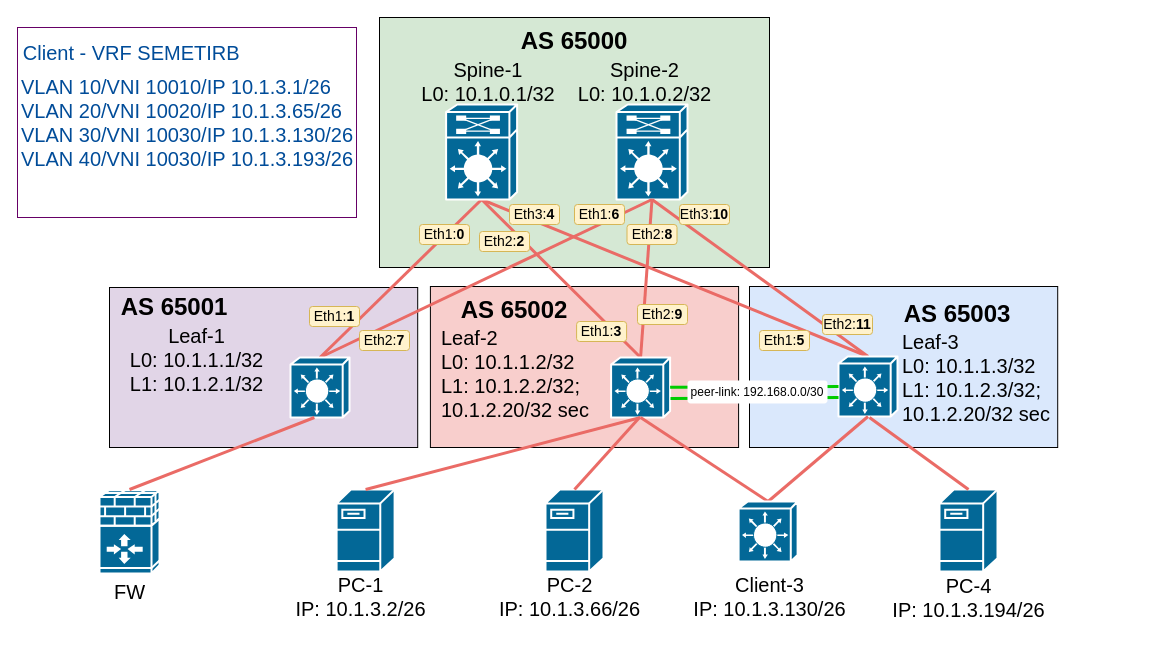
The draw.io diagram lab_08/dz-8_topo_EVPN_rt-5.drawio in Tema-sudo/OTUS_DC_network_design, before the edit. Source tidied: cells renumbered, new cells numbered last; positions are measured from the earlier drawing's top-left corner, leaving out a move shared by most shapes. Both pictures are drawn from the tidied source at 100%, with x=0, y=0 at pixel (17, 17).
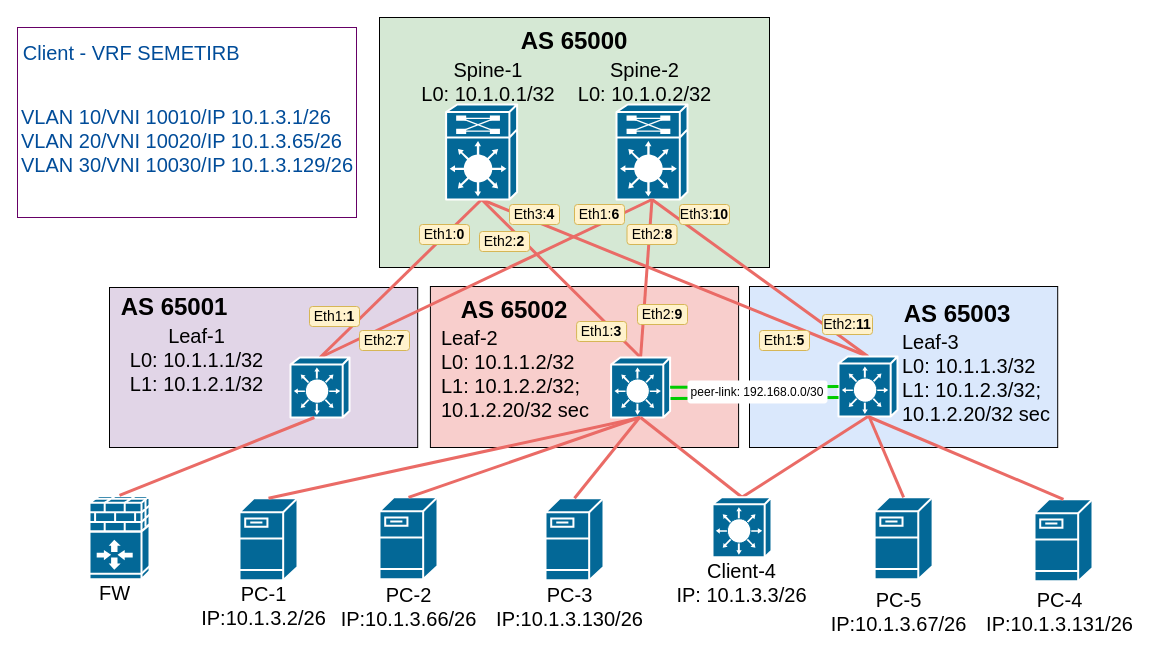
The same page after the edit.

Unchanged cells that the change refers to:
```xml
<mxCell id="37" style="shape=mxgraph.cisco.switches.layer_3_switch;sketch=0;html=1;dashed=0;fillColor=#036897;strokeColor=#ffffff;strokeWidth=2;verticalLabelPosition=bottom;verticalAlign=top;align=center;outlineConnect=0;hachureGap=4;jiggle=2;curveFitting=1;fontFamily=Architects Daughter;fontSize=20;" parent="1" vertex="1">
  <mxGeometry x="821" y="339" width="59" height="60" as="geometry" />
</mxCell>
```

The edit, as a diff of the source:
```diff
@@
     <mxCell id="38" style="shape=mxgraph.cisco.servers.fileserver;sketch=0;html=1;dashed=0;fillColor=#036897;strokeColor=#ffffff;strokeWidth=2;verticalLabelPosition=bottom;verticalAlign=top;align=center;outlineConnect=0;" parent="1" vertex="1">
-      <mxGeometry x="319.1" y="472" width="58" height="82" as="geometry" />
+      <mxGeometry x="222" y="480.8" width="58" height="82" as="geometry" />
     </mxCell>
@@
-    <mxCell id="41" value="PC-1&lt;br&gt;IP: 10.1.3.2/26" style="text;html=1;strokeColor=none;fillColor=none;align=center;verticalAlign=middle;whiteSpace=wrap;rounded=0;fontSize=20;fontFamily=Helvetica;horizontal=1;" parent="1" vertex="1">
-      <mxGeometry x="262.6" y="572" width="161" height="14" as="geometry" />
+    <mxCell id="41" value="PC-1&lt;br&gt;IP:10.1.3.2/26" style="text;html=1;strokeColor=none;fillColor=none;align=center;verticalAlign=middle;whiteSpace=wrap;rounded=0;fontSize=20;fontFamily=Helvetica;horizontal=1;" parent="1" vertex="1">
+      <mxGeometry x="165.6" y="581" width="161" height="14" as="geometry" />
     </mxCell>
@@
-    <mxCell id="44" value="&lt;div&gt;&lt;font color=&quot;#004c99&quot;&gt;VLAN 10/VNI 10010/IP 10.1.3.1/26&lt;/font&gt;&lt;/div&gt;&lt;div&gt;&lt;font color=&quot;#004c99&quot;&gt;VLAN 20/VNI 10020/IP 10.1.3.65/26&lt;/font&gt;&lt;/div&gt;&lt;div&gt;&lt;font color=&quot;#004c99&quot;&gt;VLAN 30/VNI 10030/IP 10.1.3.130/26&lt;/font&gt;&lt;/div&gt;&lt;div&gt;&lt;font color=&quot;#004c99&quot;&gt;VLAN 40/VNI 10030/IP 10.1.3.193/26&lt;/font&gt;&lt;/div&gt;" style="text;html=1;strokeColor=none;fillColor=none;align=left;verticalAlign=middle;whiteSpace=wrap;rounded=0;fontSize=20;fontFamily=Helvetica;horizontal=1;strokeWidth=0;" parent="1" vertex="1">
-      <mxGeometry x="2" y="50" width="391" height="110" as="geometry" />
+    <mxCell id="44" value="&lt;div&gt;&lt;font color=&quot;#004c99&quot;&gt;VLAN 10/VNI 10010/IP 10.1.3.1/26&lt;/font&gt;&lt;/div&gt;&lt;div&gt;&lt;font color=&quot;#004c99&quot;&gt;VLAN 20/VNI 10020/IP 10.1.3.65/26&lt;/font&gt;&lt;/div&gt;&lt;div&gt;&lt;font color=&quot;#004c99&quot;&gt;VLAN 30/VNI 10030/IP 10.1.3.129/26&lt;/font&gt;&lt;/div&gt;&lt;div&gt;&lt;br&gt;&lt;/div&gt;" style="text;html=1;strokeColor=none;fillColor=none;align=left;verticalAlign=middle;whiteSpace=wrap;rounded=0;fontSize=20;fontFamily=Helvetica;horizontal=1;strokeWidth=0;" parent="1" vertex="1">
+      <mxGeometry x="2" y="79.5" width="391" height="110" as="geometry" />
     </mxCell>
@@
     <mxCell id="49" style="shape=mxgraph.cisco.switches.layer_3_switch;sketch=0;html=1;dashed=0;fillColor=#036897;strokeColor=#ffffff;strokeWidth=2;verticalLabelPosition=bottom;verticalAlign=top;align=center;outlineConnect=0;hachureGap=4;jiggle=2;curveFitting=1;fontFamily=Architects Daughter;fontSize=20;" parent="1" vertex="1">
-      <mxGeometry x="721.1" y="484" width="59" height="60" as="geometry" />
+      <mxGeometry x="695" y="479.8" width="59" height="60" as="geometry" />
     </mxCell>
     <mxCell id="50" style="shape=mxgraph.cisco.servers.fileserver;sketch=0;html=1;dashed=0;fillColor=#036897;strokeColor=#ffffff;strokeWidth=2;verticalLabelPosition=bottom;verticalAlign=top;align=center;outlineConnect=0;" parent="1" vertex="1">
-      <mxGeometry x="922" y="472" width="58" height="82" as="geometry" />
+      <mxGeometry x="857.1" y="479.8" width="58" height="82" as="geometry" />
     </mxCell>
-    <mxCell id="51" value="PC-4&lt;br&gt;IP: 10.1.3.194/26" style="text;html=1;strokeColor=none;fillColor=none;align=center;verticalAlign=middle;whiteSpace=wrap;rounded=0;fontSize=20;fontFamily=Helvetica;horizontal=1;" parent="1" vertex="1">
-      <mxGeometry x="870.5" y="573" width="161" height="14" as="geometry" />
+    <mxCell id="51" value="PC-5&lt;br&gt;IP:10.1.3.67/26" style="text;html=1;strokeColor=none;fillColor=none;align=center;verticalAlign=middle;whiteSpace=wrap;rounded=0;fontSize=20;fontFamily=Helvetica;horizontal=1;" parent="1" vertex="1">
+      <mxGeometry x="801" y="586.5" width="161" height="14" as="geometry" />
     </mxCell>
     <mxCell id="52" style="shape=mxgraph.cisco.servers.fileserver;sketch=0;html=1;dashed=0;fillColor=#036897;strokeColor=#ffffff;strokeWidth=2;verticalLabelPosition=bottom;verticalAlign=top;align=center;outlineConnect=0;" parent="1" vertex="1">
-      <mxGeometry x="528" y="472" width="58" height="82" as="geometry" />
+      <mxGeometry x="362" y="479.8" width="58" height="82" as="geometry" />
     </mxCell>
@@
-    <mxCell id="55" value="PC-2&lt;br&gt;IP: 10.1.3.66/26" style="text;html=1;strokeColor=none;fillColor=none;align=center;verticalAlign=middle;whiteSpace=wrap;rounded=0;fontSize=20;fontFamily=Helvetica;horizontal=1;" parent="1" vertex="1">
-      <mxGeometry x="471.6" y="572" width="161" height="14" as="geometry" />
+    <mxCell id="55" value="PC-2&lt;br&gt;IP:10.1.3.66/26" style="text;html=1;strokeColor=none;fillColor=none;align=center;verticalAlign=middle;whiteSpace=wrap;rounded=0;fontSize=20;fontFamily=Helvetica;horizontal=1;" parent="1" vertex="1">
+      <mxGeometry x="310.5" y="582.2" width="161" height="14" as="geometry" />
     </mxCell>
     <mxCell id="56" style="shape=mxgraph.cisco.security.ios_firewall;sketch=0;html=1;dashed=0;fillColor=#036897;strokeColor=#ffffff;strokeWidth=2;verticalLabelPosition=bottom;verticalAlign=top;align=center;outlineConnect=0;" parent="1" vertex="1">
-      <mxGeometry x="82" y="472" width="60" height="84" as="geometry" />
+      <mxGeometry x="72" y="477.8" width="60" height="84" as="geometry" />
     </mxCell>
@@
     <mxCell id="58" value="FW" style="text;html=1;strokeColor=none;fillColor=none;align=center;verticalAlign=middle;whiteSpace=wrap;rounded=0;fontSize=20;fontFamily=Helvetica;horizontal=1;" parent="1" vertex="1">
-      <mxGeometry x="86.5" y="567" width="51" height="14" as="geometry" />
+      <mxGeometry x="72" y="568.2" width="51" height="14" as="geometry" />
     </mxCell>
-    <mxCell id="59" value="Client-3&lt;br&gt;IP: 10.1.3.130/26" style="text;html=1;strokeColor=none;fillColor=none;align=center;verticalAlign=middle;whiteSpace=wrap;rounded=0;fontSize=20;fontFamily=Helvetica;horizontal=1;" parent="1" vertex="1">
-      <mxGeometry x="671.5" y="562.8" width="161" height="32.5" as="geometry" />
+    <mxCell id="59" value="Client-4&lt;br&gt;IP: 10.1.3.3/26" style="text;html=1;strokeColor=none;fillColor=none;align=center;verticalAlign=middle;whiteSpace=wrap;rounded=0;fontSize=20;fontFamily=Helvetica;horizontal=1;" parent="1" vertex="1">
+      <mxGeometry x="644" y="548.5" width="161" height="32.5" as="geometry" />
     </mxCell>
+    <mxCell id="60" style="shape=mxgraph.cisco.servers.fileserver;sketch=0;html=1;dashed=0;fillColor=#036897;strokeColor=#ffffff;strokeWidth=2;verticalLabelPosition=bottom;verticalAlign=top;align=center;outlineConnect=0;" parent="1" vertex="1">
+      <mxGeometry x="528" y="480.8" width="58" height="82" as="geometry" />
+    </mxCell>
+    <mxCell id="61" style="edgeStyle=none;rounded=0;hachureGap=4;jettySize=auto;html=1;exitX=0.5;exitY=0;exitDx=0;exitDy=0;exitPerimeter=0;fontFamily=Architects Daughter;fontSize=16;strokeColor=#EA6B66;endArrow=none;endFill=0;strokeWidth=3;" parent="1" edge="1" source="60">
+      <mxGeometry relative="1" as="geometry">
+        <mxPoint x="622" y="400" as="targetPoint" />
+      </mxGeometry>
+    </mxCell>
+    <mxCell id="62" style="shape=mxgraph.cisco.servers.fileserver;sketch=0;html=1;dashed=0;fillColor=#036897;strokeColor=#ffffff;strokeWidth=2;verticalLabelPosition=bottom;verticalAlign=top;align=center;outlineConnect=0;" parent="1" vertex="1">
+      <mxGeometry x="1017" y="481.8" width="58" height="82" as="geometry" />
+    </mxCell>
+    <mxCell id="63" value="PC-3&lt;br&gt;IP:10.1.3.130/26" style="text;html=1;strokeColor=none;fillColor=none;align=center;verticalAlign=middle;whiteSpace=wrap;rounded=0;fontSize=20;fontFamily=Helvetica;horizontal=1;" parent="1" vertex="1">
+      <mxGeometry x="471.5" y="582.2" width="161" height="14" as="geometry" />
+    </mxCell>
+    <mxCell id="64" value="PC-4&lt;br&gt;IP:10.1.3.131/26" style="text;html=1;strokeColor=none;fillColor=none;align=center;verticalAlign=middle;whiteSpace=wrap;rounded=0;fontSize=20;fontFamily=Helvetica;horizontal=1;" parent="1" vertex="1">
+      <mxGeometry x="962" y="586.5" width="161" height="14" as="geometry" />
+    </mxCell>
+    <mxCell id="65" style="edgeStyle=none;rounded=0;hachureGap=4;jettySize=auto;html=1;exitX=0.5;exitY=0;exitDx=0;exitDy=0;exitPerimeter=0;fontFamily=Architects Daughter;fontSize=16;strokeColor=#EA6B66;endArrow=none;endFill=0;strokeWidth=3;entryX=0.5;entryY=1;entryDx=0;entryDy=0;entryPerimeter=0;" parent="1" edge="1" source="62" target="37">
+      <mxGeometry relative="1" as="geometry" />
+    </mxCell>
```
